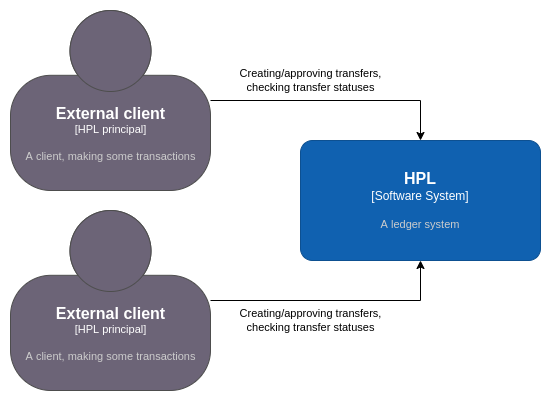
The draw.io diagram .github/assets/context.drawio.png in research-ag/hpl, before a commit. Source tidied: cells renumbered, new cells last; positions are measured from the earlier drawing's top-left corner, leaving out a move shared by most shapes.
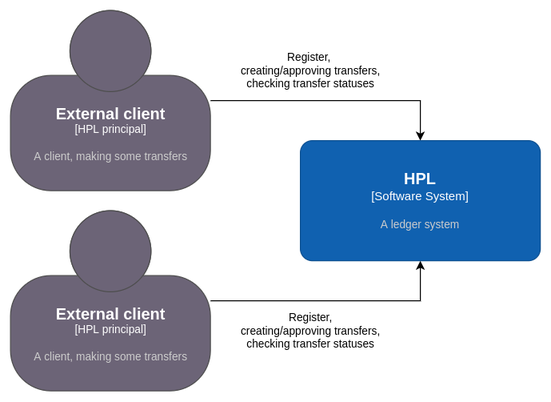
The same file after the commit.

Change to the diagram source:
```diff
@@ -2,18 +2,18 @@
   <root>
     <mxCell id="0" />
     <mxCell id="1" parent="0" />
-    <mxCell id="2" value="Creating/approving transfers,&lt;br&gt;checking transfer statuses" style="edgeStyle=orthogonalEdgeStyle;rounded=0;jettySize=auto;html=1;entryX=0.5;entryY=0;entryDx=0;entryDy=0;entryPerimeter=0;" parent="1" edge="1" source="3" target="6">
-      <mxGeometry x="-0.2" y="20" relative="1" as="geometry" />
+    <mxCell id="2" value="Register, &lt;br&gt;creating/approving transfers,&lt;br&gt;checking transfer statuses" style="edgeStyle=orthogonalEdgeStyle;rounded=0;jettySize=auto;html=1;entryX=0.5;entryY=0;entryDx=0;entryDy=0;entryPerimeter=0;" parent="1" edge="1" source="3" target="6">
+      <mxGeometry x="-0.2" y="30" relative="1" as="geometry" />
     </mxCell>
-    <object id="3" label="&lt;font style=&quot;font-size: 16px&quot;&gt;&lt;b&gt;%c4Name%&lt;/b&gt;&lt;/font&gt;&lt;div&gt;[%c4Type%]&lt;/div&gt;&lt;br&gt;&lt;div&gt;&lt;font style=&quot;font-size: 11px&quot;&gt;&lt;font color=&quot;#cccccc&quot;&gt;%c4Description%&lt;/font&gt;&lt;/div&gt;" c4Description="A client, making some transactions" c4Name="External client" c4Type="HPL principal" placeholders="1">
+    <object id="3" label="&lt;font style=&quot;font-size: 16px&quot;&gt;&lt;b&gt;%c4Name%&lt;/b&gt;&lt;/font&gt;&lt;div&gt;[%c4Type%]&lt;/div&gt;&lt;br&gt;&lt;div&gt;&lt;font style=&quot;font-size: 11px&quot;&gt;&lt;font color=&quot;#cccccc&quot;&gt;%c4Description%&lt;/font&gt;&lt;/div&gt;" c4Description="A client, making some transfers" c4Name="External client" c4Type="HPL principal" placeholders="1">
       <mxCell style="html=1;fontSize=11;dashed=0;whitespace=wrap;fillColor=#6C6477;strokeColor=#4D4D4D;fontColor=#ffffff;shape=mxgraph.c4.person2;align=center;points=[[0.5,0,0],[1,0.5,0],[1,0.75,0],[0.75,1,0],[0.5,1,0],[0.25,1,0],[0,0.75,0],[0,0.5,0]];" parent="1" vertex="1">
         <mxGeometry width="200" height="180" as="geometry" />
       </mxCell>
     </object>
-    <mxCell id="4" value="Creating/approving transfers,&lt;br&gt;checking transfer statuses" style="edgeStyle=orthogonalEdgeStyle;rounded=0;jettySize=auto;html=1;entryX=0.5;entryY=1;entryDx=0;entryDy=0;entryPerimeter=0;" parent="1" edge="1" source="5" target="6">
-      <mxGeometry x="-0.2" y="-20" relative="1" as="geometry" />
+    <mxCell id="4" value="Register,&lt;br&gt;creating/approving transfers,&lt;br&gt;checking transfer statuses" style="edgeStyle=orthogonalEdgeStyle;rounded=0;jettySize=auto;html=1;entryX=0.5;entryY=1;entryDx=0;entryDy=0;entryPerimeter=0;" parent="1" edge="1" source="5" target="6">
+      <mxGeometry x="-0.2" y="-30" relative="1" as="geometry" />
     </mxCell>
-    <object id="5" label="&lt;font style=&quot;font-size: 16px&quot;&gt;&lt;b&gt;%c4Name%&lt;/b&gt;&lt;/font&gt;&lt;div&gt;[%c4Type%]&lt;/div&gt;&lt;br&gt;&lt;div&gt;&lt;font style=&quot;font-size: 11px&quot;&gt;&lt;font color=&quot;#cccccc&quot;&gt;%c4Description%&lt;/font&gt;&lt;/div&gt;" c4Description="A client, making some transactions" c4Name="External client" c4Type="HPL principal" placeholders="1">
+    <object id="5" label="&lt;font style=&quot;font-size: 16px&quot;&gt;&lt;b&gt;%c4Name%&lt;/b&gt;&lt;/font&gt;&lt;div&gt;[%c4Type%]&lt;/div&gt;&lt;br&gt;&lt;div&gt;&lt;font style=&quot;font-size: 11px&quot;&gt;&lt;font color=&quot;#cccccc&quot;&gt;%c4Description%&lt;/font&gt;&lt;/div&gt;" c4Description="A client, making some transfers" c4Name="External client" c4Type="HPL principal" placeholders="1">
       <mxCell style="html=1;fontSize=11;dashed=0;whitespace=wrap;fillColor=#6C6477;strokeColor=#4D4D4D;fontColor=#ffffff;shape=mxgraph.c4.person2;align=center;points=[[0.5,0,0],[1,0.5,0],[1,0.75,0],[0.75,1,0],[0.5,1,0],[0.25,1,0],[0,0.75,0],[0,0.5,0]];" parent="1" vertex="1">
         <mxGeometry y="200" width="200" height="180" as="geometry" />
       </mxCell>
```
